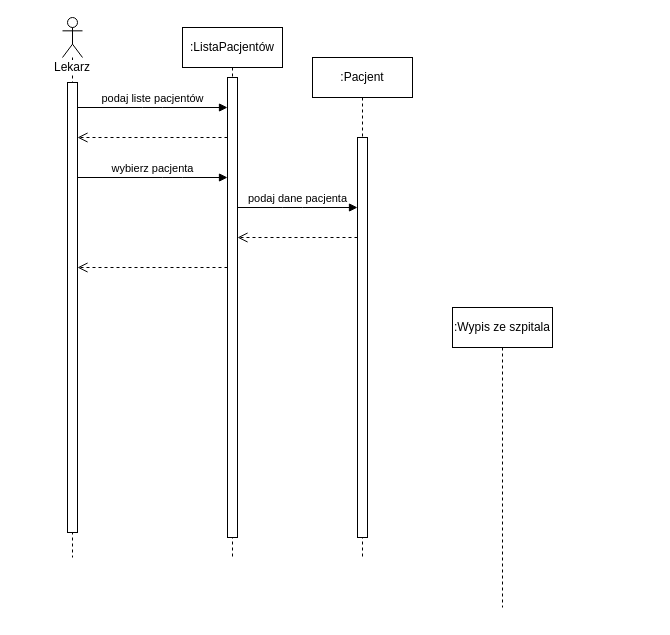
This is page "interakcji" (4 of 6) of Szpital.drawio from AleksanderStaruch/HospitalUML, a draw.io file, before an edit. Source tidied: cells renumbered, new cells numbered last; positions are measured from the earlier drawing's top-left corner, leaving out a move shared by most shapes. Both pictures are drawn from the tidied source at 100%, with x=0, y=0 at pixel (62, 17).
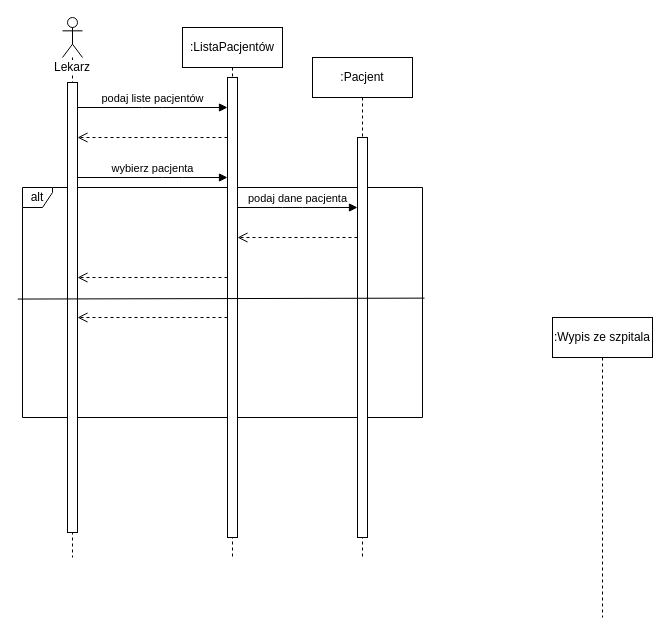
After the change.

Unchanged cells that the change refers to:
```xml
<mxCell id="4" style="html=1;points=[];perimeter=orthogonalPerimeter;strokeColor=#000000;fillColor=#FFFFFF;" parent="2" vertex="1">
  <mxGeometry x="5" y="65" width="10" height="450" as="geometry" />
</mxCell>
<mxCell id="6" style="html=1;points=[];perimeter=orthogonalPerimeter;strokeColor=#000000;fillColor=#FFFFFF;" parent="5" vertex="1">
  <mxGeometry x="45" y="50" width="10" height="460" as="geometry" />
</mxCell>
```

The edit, as a diff of the source:
```diff
@@
+    <mxCell id="16" value="alt" style="shape=umlFrame;whiteSpace=wrap;html=1;strokeColor=#000000;fillColor=#FFFFFF;width=30;height=20;swimlaneFillColor=none;gradientColor=none;" parent="1" vertex="1">
+      <mxGeometry x="-40" y="170" width="400" height="230" as="geometry" />
+    </mxCell>
@@
     <mxCell id="9" value=":Wypis ze szpitala" style="shape=umlLifeline;perimeter=lifelinePerimeter;whiteSpace=wrap;html=1;strokeColor=#000000;fillColor=#FFFFFF;" parent="1" vertex="1">
-      <mxGeometry x="390" y="290" width="100" height="300" as="geometry" />
+      <mxGeometry x="490" y="300" width="100" height="300" as="geometry" />
     </mxCell>
@@
     <mxCell id="15" style="html=1;verticalAlign=bottom;endArrow=open;dashed=1;endSize=8;strokeColor=#000000;" parent="1" edge="1" source="6" target="4">
       <mxGeometry relative="1" as="geometry">
         <Array as="points">
-          <mxPoint x="140" y="250" />
+          <mxPoint x="120" y="260" />
         </Array>
       </mxGeometry>
     </mxCell>
+    <mxCell id="17" style="endArrow=none;html=1;strokeColor=#000000;entryX=1.005;entryY=0.481;entryDx=0;entryDy=0;entryPerimeter=0;exitX=-0.012;exitY=0.485;exitDx=0;exitDy=0;exitPerimeter=0;" parent="1" edge="1" source="16" target="16">
+      <mxGeometry relative="1" as="geometry" />
+    </mxCell>
+    <mxCell id="18" style="html=1;verticalAlign=bottom;endArrow=open;dashed=1;endSize=8;strokeColor=#000000;" parent="1" edge="1" source="6" target="4">
+      <mxGeometry relative="1" as="geometry">
+        <Array as="points">
+          <mxPoint x="110" y="300" />
+        </Array>
+      </mxGeometry>
+    </mxCell>
```
